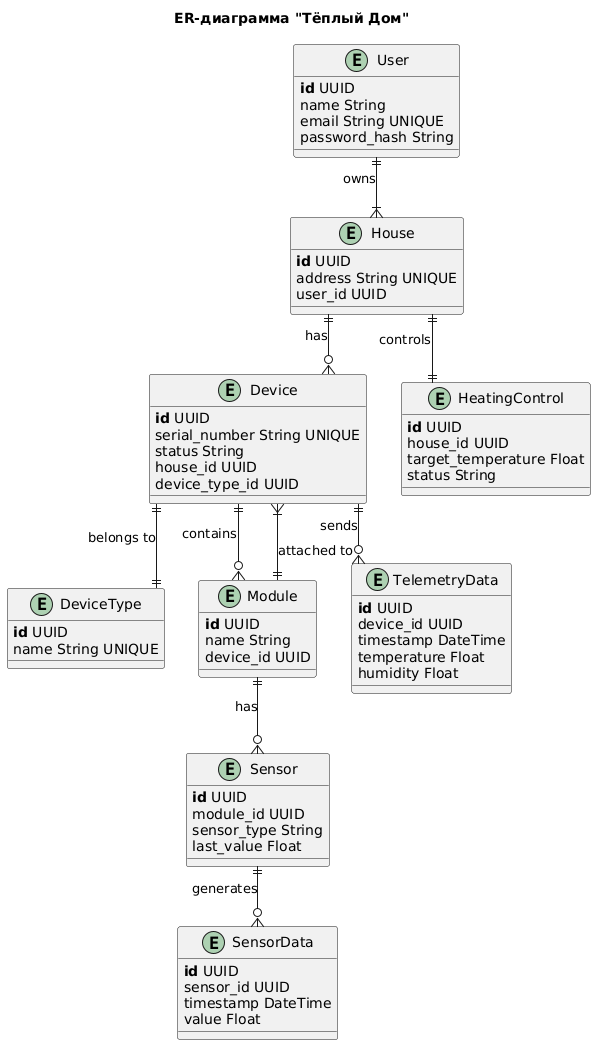
Earlier version of the PlantUML export diagrams/erd/erd.png (GI-Corp/architecture-sprint-3). The source it was exported from:
```plantuml
@startuml
!define primary_key(x) <b>x</b>
!define foreign_key(x) <i>x</i>

skinparam linetype ortho

title ER-диаграмма "Тёплый Дом"

entity User {
    primary_key(id) UUID
    name String
    email String UNIQUE
    password_hash String
}

entity House {
    primary_key(id) UUID
    address String UNIQUE
    user_id UUID
}

entity Device {
    primary_key(id) UUID
    serial_number String UNIQUE
    status String
    house_id UUID
    device_type_id UUID
}

entity DeviceType {
    primary_key(id) UUID
    name String UNIQUE
}

entity Module {
    primary_key(id) UUID
    name String
    device_id UUID
}

entity TelemetryData {
    primary_key(id) UUID
    device_id UUID
    timestamp DateTime
    temperature Float
    humidity Float
}

entity HeatingControl {
    primary_key(id) UUID
    house_id UUID
    target_temperature Float
    status String
}

entity Sensor {
    primary_key(id) UUID
    module_id UUID
    sensor_type String
    last_value Float
}

entity SensorData {
    primary_key(id) UUID
    sensor_id UUID
    timestamp DateTime
    value Float
}

User ||--|{ House : "owns"
House ||--o{ Device : "has"
Device ||--|| DeviceType : "belongs to"
Device ||--o{ Module : "contains"
Module ||--|{ Device : "attached to"
Module ||--o{ Sensor : "has"
Sensor ||--o{ SensorData : "generates"
Device ||--o{ TelemetryData : "sends"
House ||--|| HeatingControl : "controls"
@enduml
```
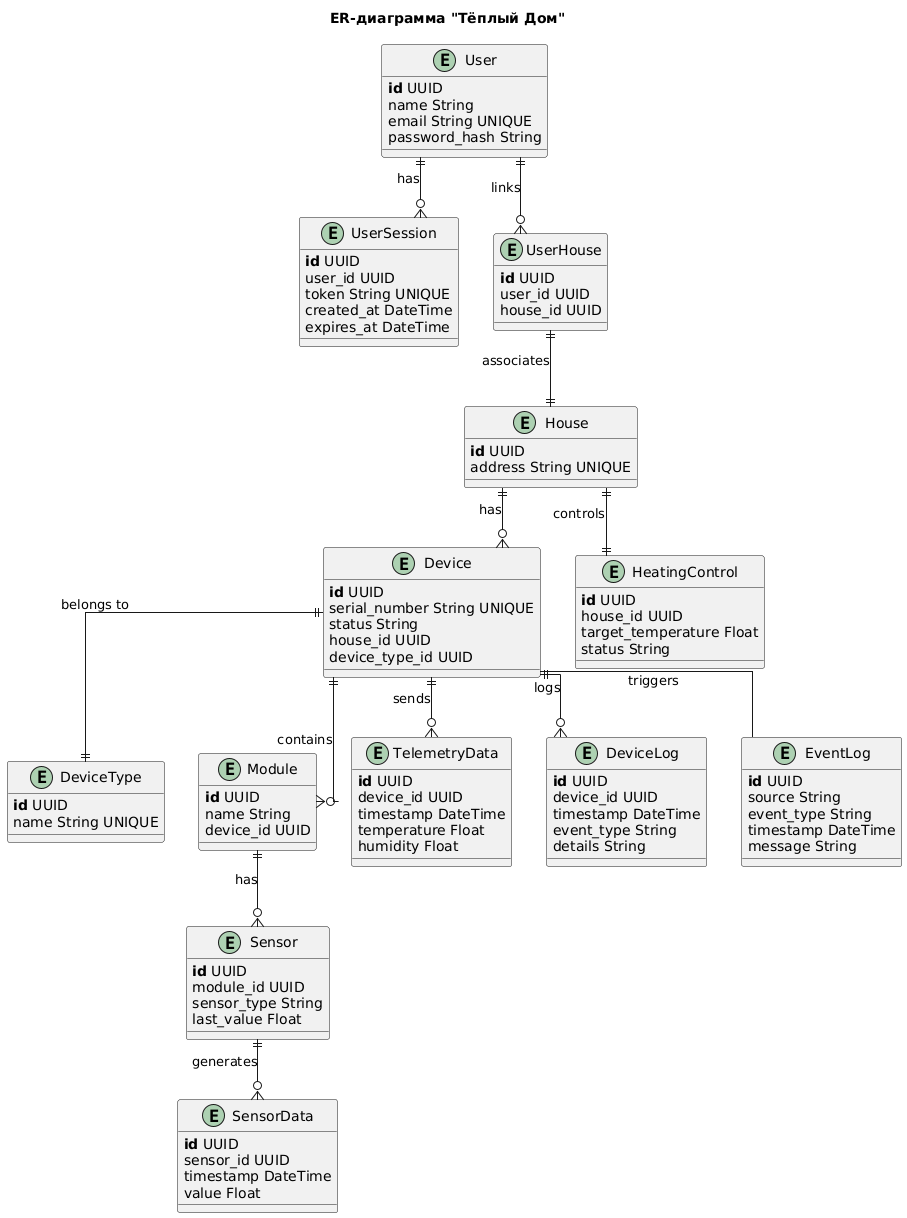
After the commit.

Commit message:
update: erd diagram by adding userSession, deviceLog, eventLog, add missing relationships

What changed in the source:
```diff
@@ -13,10 +13,23 @@
     password_hash String
 }
 
+entity UserSession {
+    primary_key(id) UUID
+    user_id UUID
+    token String UNIQUE
+    created_at DateTime
+    expires_at DateTime
+}
+
 entity House {
     primary_key(id) UUID
     address String UNIQUE
+}
+
+entity UserHouse {
+    primary_key(id) UUID
     user_id UUID
+    house_id UUID
 }
 
 entity Device {
@@ -46,6 +59,14 @@
     humidity Float
 }
 
+entity DeviceLog {
+    primary_key(id) UUID
+    device_id UUID
+    timestamp DateTime
+    event_type String
+    details String
+}
+
 entity HeatingControl {
     primary_key(id) UUID
     house_id UUID
@@ -67,13 +88,24 @@
     value Float
 }
 
-User ||--|{ House : "owns"
+entity EventLog {
+    primary_key(id) UUID
+    source String
+    event_type String
+    timestamp DateTime
+    message String
+}
+
+User ||--o{ UserSession : "has"
+User ||--o{ UserHouse : "links"
+UserHouse ||--|| House : "associates"
 House ||--o{ Device : "has"
 Device ||--|| DeviceType : "belongs to"
 Device ||--o{ Module : "contains"
-Module ||--|{ Device : "attached to"
 Module ||--o{ Sensor : "has"
 Sensor ||--o{ SensorData : "generates"
 Device ||--o{ TelemetryData : "sends"
+Device ||--o{ DeviceLog : "logs"
 House ||--|| HeatingControl : "controls"
+Device -- EventLog : "triggers"
 @enduml
```
